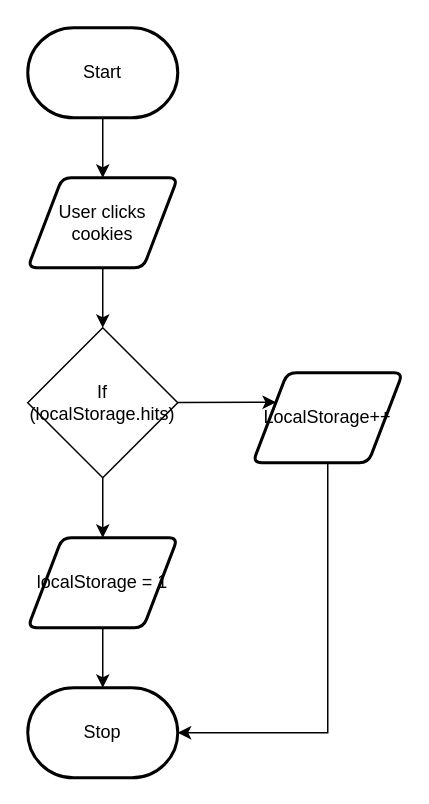
ashley-monaghan/ICS20R-Unit-6-02 keeps this draw.io diagram as design/flow-chart.drawio. Above is the earlier version. Source tidied: cells renumbered, new cells numbered last; positions are measured from the earlier drawing's top-left corner, leaving out a move shared by most shapes. Both pictures are drawn from the tidied source at 150%, with x=0, y=0 at pixel (27, 27).
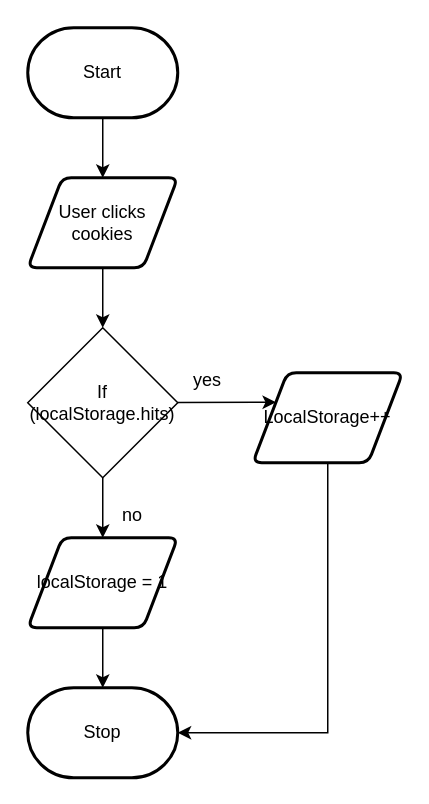
The same diagram, later.

Diff of the diagram source:
```diff
@@
 <mxGraphModel>
   <root>
     <mxCell id="0" />
     <mxCell id="1" parent="0" />
     <mxCell id="2" style="edgeStyle=none;html=1;" parent="1" edge="1" source="3" target="5">
       <mxGeometry relative="1" as="geometry" />
     </mxCell>
     <mxCell id="3" value="Start" style="strokeWidth=2;html=1;shape=mxgraph.flowchart.terminator;whiteSpace=wrap;" parent="1" vertex="1">
       <mxGeometry width="100" height="60" as="geometry" />
     </mxCell>
     <mxCell id="4" style="edgeStyle=none;html=1;" parent="1" edge="1" source="5">
       <mxGeometry relative="1" as="geometry">
         <mxPoint x="50" y="200" as="targetPoint" />
       </mxGeometry>
     </mxCell>
     <mxCell id="5" value="User clicks cookies" style="shape=parallelogram;html=1;strokeWidth=2;perimeter=parallelogramPerimeter;whiteSpace=wrap;rounded=1;arcSize=12;size=0.23;" parent="1" vertex="1">
       <mxGeometry y="100" width="100" height="60" as="geometry" />
     </mxCell>
     <mxCell id="6" style="edgeStyle=none;html=1;" parent="1" edge="1" target="8">
       <mxGeometry relative="1" as="geometry">
         <mxPoint x="50" y="300" as="sourcePoint" />
       </mxGeometry>
     </mxCell>
     <mxCell id="7" style="edgeStyle=none;html=1;" parent="1" edge="1" source="8" target="9">
       <mxGeometry relative="1" as="geometry" />
     </mxCell>
     <mxCell id="8" value="localStorage = 1" style="shape=parallelogram;html=1;strokeWidth=2;perimeter=parallelogramPerimeter;whiteSpace=wrap;rounded=1;arcSize=12;size=0.23;" parent="1" vertex="1">
       <mxGeometry y="340" width="100" height="60" as="geometry" />
     </mxCell>
     <mxCell id="9" value="Stop" style="strokeWidth=2;html=1;shape=mxgraph.flowchart.terminator;whiteSpace=wrap;" parent="1" vertex="1">
       <mxGeometry y="440" width="100" height="60" as="geometry" />
     </mxCell>
     <mxCell id="10" style="edgeStyle=none;html=1;entryX=0;entryY=0.25;entryDx=0;entryDy=0;" parent="1" edge="1" source="11" target="13">
       <mxGeometry relative="1" as="geometry" />
     </mxCell>
     <mxCell id="11" value="If (localStorage.hits)" style="rhombus;whiteSpace=wrap;html=1;" parent="1" vertex="1">
       <mxGeometry y="200" width="100" height="100" as="geometry" />
     </mxCell>
     <mxCell id="12" style="edgeStyle=none;html=1;rounded=0;" parent="1" edge="1" source="13" target="9">
       <mxGeometry relative="1" as="geometry">
         <Array as="points">
           <mxPoint x="200" y="470" />
         </Array>
       </mxGeometry>
     </mxCell>
     <mxCell id="13" value="LocalStorage++" style="shape=parallelogram;html=1;strokeWidth=2;perimeter=parallelogramPerimeter;whiteSpace=wrap;rounded=1;arcSize=12;size=0.23;" parent="1" vertex="1">
       <mxGeometry x="150" y="230" width="100" height="60" as="geometry" />
     </mxCell>
+    <mxCell id="14" value="yes" style="text;html=1;strokeColor=none;fillColor=none;align=center;verticalAlign=middle;whiteSpace=wrap;rounded=0;" parent="1" vertex="1">
+      <mxGeometry x="90" y="220" width="60" height="30" as="geometry" />
+    </mxCell>
+    <mxCell id="15" value="no" style="text;html=1;strokeColor=none;fillColor=none;align=center;verticalAlign=middle;whiteSpace=wrap;rounded=0;" parent="1" vertex="1">
+      <mxGeometry x="40" y="310" width="60" height="30" as="geometry" />
+    </mxCell>
   </root>
 </mxGraphModel>
```
